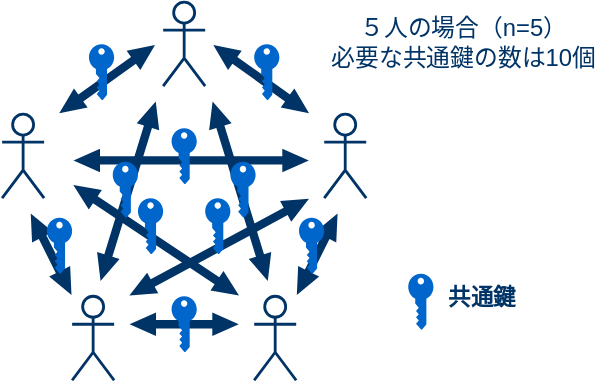
Above: img/3-share-comkey.svg in akakou-doc/pubkey-crypto (draw.io), before the change. Source tidied: cells renumbered, new cells last; positions are measured from the earlier drawing's top-left corner, leaving out a move shared by most shapes. The source it was exported from:
```xml
<mxGraphModel>
  <root>
    <mxCell id="0" />
    <mxCell id="1" parent="0" />
    <mxCell id="2" style="shape=umlActor;verticalLabelPosition=bottom;labelBackgroundColor=#ffffff;verticalAlign=top;html=1;strokeColor=#003366;strokeWidth=2;" parent="1" vertex="1">
      <mxGeometry y="80" width="30" height="60" as="geometry" />
    </mxCell>
    <mxCell id="3" style="shape=umlActor;verticalLabelPosition=bottom;labelBackgroundColor=#ffffff;verticalAlign=top;html=1;strokeColor=#003366;strokeWidth=2;" parent="1" vertex="1">
      <mxGeometry x="230" y="80" width="30" height="60" as="geometry" />
    </mxCell>
    <mxCell id="4" style="shape=umlActor;verticalLabelPosition=bottom;labelBackgroundColor=#ffffff;verticalAlign=top;html=1;strokeColor=#003366;strokeWidth=2;" parent="1" vertex="1">
      <mxGeometry x="115" width="30" height="60" as="geometry" />
    </mxCell>
    <mxCell id="5" style="edgeStyle=orthogonalEdgeStyle;rounded=0;orthogonalLoop=1;jettySize=auto;html=1;shadow=0;targetPerimeterSpacing=0;strokeWidth=2;comic=0;jumpStyle=none;shape=flexArrow;width=5;endSize=5.636363636363636;endWidth=8.783126014061654;strokeColor=none;fillColor=#003366;startArrow=block;startWidth=8.783126014061654;startSize=5.636363636363636;" parent="1" edge="1">
      <mxGeometry relative="1" as="geometry">
        <mxPoint x="90" y="230" as="sourcePoint" />
        <mxPoint x="170" y="230" as="targetPoint" />
      </mxGeometry>
    </mxCell>
    <mxCell id="6" style="shape=umlActor;verticalLabelPosition=bottom;labelBackgroundColor=#ffffff;verticalAlign=top;html=1;outlineConnect=0;strokeColor=#003366;strokeWidth=2;" parent="1" vertex="1">
      <mxGeometry x="50" y="210" width="30" height="60" as="geometry" />
    </mxCell>
    <mxCell id="7" style="shape=umlActor;verticalLabelPosition=bottom;labelBackgroundColor=#ffffff;verticalAlign=top;html=1;strokeColor=#003366;strokeWidth=2;" parent="1" vertex="1">
      <mxGeometry x="180" y="210" width="30" height="60" as="geometry" />
    </mxCell>
    <mxCell id="8" style="rounded=0;orthogonalLoop=1;jettySize=auto;html=1;shadow=0;targetPerimeterSpacing=0;strokeWidth=2;comic=0;jumpStyle=none;shape=flexArrow;width=5;endSize=5.636363636363636;endWidth=8.783126014061654;strokeColor=none;fillColor=#003366;startArrow=block;startWidth=8.783126014061654;startSize=5.636363636363636;" parent="1" edge="1">
      <mxGeometry relative="1" as="geometry">
        <mxPoint x="40" y="80" as="sourcePoint" />
        <mxPoint x="110" y="30" as="targetPoint" />
      </mxGeometry>
    </mxCell>
    <mxCell id="9" style="rounded=0;orthogonalLoop=1;jettySize=auto;html=1;shadow=0;targetPerimeterSpacing=0;strokeWidth=2;comic=0;jumpStyle=none;shape=flexArrow;width=5;endSize=5.636363636363636;endWidth=8.783126014061654;strokeColor=none;fillColor=#003366;startArrow=block;startWidth=8.783126014061654;startSize=5.636363636363636;" parent="1" edge="1">
      <mxGeometry relative="1" as="geometry">
        <mxPoint x="210" y="210" as="sourcePoint" />
        <mxPoint x="240" y="150" as="targetPoint" />
      </mxGeometry>
    </mxCell>
    <mxCell id="10" style="rounded=0;jettySize=auto;html=1;shadow=0;targetPerimeterSpacing=0;strokeWidth=2;comic=0;jumpStyle=none;shape=flexArrow;width=5;endSize=5.636363636363636;endWidth=8.783126014061654;strokeColor=none;fillColor=#003366;startArrow=block;startWidth=8.783126014061654;startSize=5.636363636363636;" parent="1" edge="1" source="6">
      <mxGeometry relative="1" as="geometry">
        <mxPoint x="20" y="150" as="targetPoint" />
      </mxGeometry>
    </mxCell>
    <mxCell id="11" style="rounded=0;orthogonalLoop=1;jettySize=auto;html=1;shadow=0;targetPerimeterSpacing=0;strokeWidth=2;comic=0;jumpStyle=none;shape=flexArrow;width=5;endSize=5.636363636363636;endWidth=8.783126014061654;strokeColor=none;fillColor=#003366;startArrow=block;startWidth=8.783126014061654;startSize=5.636363636363636;" parent="1" edge="1">
      <mxGeometry relative="1" as="geometry">
        <mxPoint x="150" y="30" as="sourcePoint" />
        <mxPoint x="220" y="80" as="targetPoint" />
      </mxGeometry>
    </mxCell>
    <mxCell id="12" style="rounded=0;orthogonalLoop=1;jettySize=auto;html=1;shadow=0;targetPerimeterSpacing=0;strokeWidth=2;comic=0;jumpStyle=none;shape=flexArrow;width=5;endSize=5.636363636363636;endWidth=8.783126014061654;strokeColor=none;fillColor=#003366;startArrow=block;startWidth=8.783126014061654;startSize=5.636363636363636;" parent="1" edge="1">
      <mxGeometry relative="1" as="geometry">
        <mxPoint x="150" y="70" as="sourcePoint" />
        <mxPoint x="190" y="200" as="targetPoint" />
      </mxGeometry>
    </mxCell>
    <mxCell id="13" style="rounded=0;orthogonalLoop=1;jettySize=auto;html=1;shadow=0;targetPerimeterSpacing=0;strokeWidth=2;comic=0;jumpStyle=none;shape=flexArrow;width=5;endSize=5.636363636363636;endWidth=8.783126014061654;strokeColor=none;fillColor=#003366;startArrow=block;startWidth=8.783126014061654;startSize=5.636363636363636;" parent="1" edge="1">
      <mxGeometry relative="1" as="geometry">
        <mxPoint x="110" y="70" as="sourcePoint" />
        <mxPoint x="70" y="200" as="targetPoint" />
      </mxGeometry>
    </mxCell>
    <mxCell id="14" style="rounded=0;orthogonalLoop=1;jettySize=auto;html=1;shadow=0;targetPerimeterSpacing=0;strokeWidth=2;comic=0;jumpStyle=none;shape=flexArrow;width=5;endSize=5.636363636363636;endWidth=8.783126014061654;strokeColor=none;fillColor=#003366;startArrow=block;startWidth=8.783126014061654;startSize=5.636363636363636;" parent="1" edge="1">
      <mxGeometry relative="1" as="geometry">
        <mxPoint x="50" y="130" as="sourcePoint" />
        <mxPoint x="170" y="210" as="targetPoint" />
      </mxGeometry>
    </mxCell>
    <mxCell id="15" style="rounded=0;orthogonalLoop=1;jettySize=auto;html=1;shadow=0;targetPerimeterSpacing=0;strokeWidth=2;comic=0;jumpStyle=none;shape=flexArrow;width=5;endSize=5.636363636363636;endWidth=8.783126014061654;strokeColor=none;fillColor=#003366;startArrow=block;startWidth=8.783126014061654;startSize=5.636363636363636;" parent="1" edge="1">
      <mxGeometry relative="1" as="geometry">
        <mxPoint x="50" y="113" as="sourcePoint" />
        <mxPoint x="220" y="113" as="targetPoint" />
      </mxGeometry>
    </mxCell>
    <mxCell id="16" style="rounded=0;orthogonalLoop=1;jettySize=auto;html=1;shadow=0;targetPerimeterSpacing=0;strokeWidth=2;comic=0;jumpStyle=none;shape=flexArrow;width=5;endSize=5.636363636363636;endWidth=8.783126014061654;strokeColor=none;fillColor=#003366;startArrow=block;startWidth=8.783126014061654;startSize=5.636363636363636;" parent="1" edge="1">
      <mxGeometry relative="1" as="geometry">
        <mxPoint x="90" y="210" as="sourcePoint" />
        <mxPoint x="220" y="140" as="targetPoint" />
      </mxGeometry>
    </mxCell>
    <mxCell id="17" style="verticalLabelPosition=bottom;html=1;verticalAlign=top;align=center;shape=mxgraph.cisco19.key;fillColor=#0066CC;strokeColor=#FFFFFF;direction=south;strokeWidth=15;" parent="1" vertex="1">
      <mxGeometry x="62" y="30" width="18" height="40" as="geometry" />
    </mxCell>
    <mxCell id="18" style="verticalLabelPosition=bottom;html=1;verticalAlign=top;align=center;shape=mxgraph.cisco19.key;fillColor=#0066CC;strokeColor=#FFFFFF;direction=south;strokeWidth=15;" parent="1" vertex="1">
      <mxGeometry x="32" y="154" width="18" height="40" as="geometry" />
    </mxCell>
    <mxCell id="19" style="verticalLabelPosition=bottom;html=1;verticalAlign=top;align=center;shape=mxgraph.cisco19.key;fillColor=#0066CC;strokeColor=#FFFFFF;direction=south;strokeWidth=15;" parent="1" vertex="1">
      <mxGeometry x="121" y="210" width="18" height="40" as="geometry" />
    </mxCell>
    <mxCell id="20" style="verticalLabelPosition=bottom;html=1;verticalAlign=top;align=center;shape=mxgraph.cisco19.key;fillColor=#0066CC;strokeColor=#FFFFFF;direction=south;strokeWidth=15;" parent="1" vertex="1">
      <mxGeometry x="97" y="140" width="18" height="40" as="geometry" />
    </mxCell>
    <mxCell id="21" style="verticalLabelPosition=bottom;html=1;verticalAlign=top;align=center;shape=mxgraph.cisco19.key;fillColor=#0066CC;strokeColor=#FFFFFF;direction=south;strokeWidth=15;" parent="1" vertex="1">
      <mxGeometry x="79" y="114" width="18" height="40" as="geometry" />
    </mxCell>
    <mxCell id="22" style="verticalLabelPosition=bottom;html=1;verticalAlign=top;align=center;shape=mxgraph.cisco19.key;fillColor=#0066CC;strokeColor=#FFFFFF;direction=south;strokeWidth=15;" parent="1" vertex="1">
      <mxGeometry x="121" y="90" width="18" height="40" as="geometry" />
    </mxCell>
    <mxCell id="23" style="verticalLabelPosition=bottom;html=1;verticalAlign=top;align=center;shape=mxgraph.cisco19.key;fillColor=#0066CC;strokeColor=#FFFFFF;direction=south;strokeWidth=15;" parent="1" vertex="1">
      <mxGeometry x="180" y="30" width="18" height="40" as="geometry" />
    </mxCell>
    <mxCell id="24" style="verticalLabelPosition=bottom;html=1;verticalAlign=top;align=center;shape=mxgraph.cisco19.key;fillColor=#0066CC;strokeColor=#FFFFFF;direction=south;strokeWidth=15;" parent="1" vertex="1">
      <mxGeometry x="145" y="140" width="18" height="40" as="geometry" />
    </mxCell>
    <mxCell id="25" style="verticalLabelPosition=bottom;html=1;verticalAlign=top;align=center;shape=mxgraph.cisco19.key;fillColor=#0066CC;strokeColor=#FFFFFF;direction=south;strokeWidth=15;" parent="1" vertex="1">
      <mxGeometry x="163" y="114" width="18" height="40" as="geometry" />
    </mxCell>
    <mxCell id="26" style="verticalLabelPosition=bottom;html=1;verticalAlign=top;align=center;shape=mxgraph.cisco19.key;fillColor=#0066CC;strokeColor=#FFFFFF;direction=south;strokeWidth=15;" parent="1" vertex="1">
      <mxGeometry x="212" y="154" width="18" height="40" as="geometry" />
    </mxCell>
    <mxCell id="27" style="verticalLabelPosition=bottom;html=1;verticalAlign=top;align=center;shape=mxgraph.cisco19.key;fillColor=#0066CC;strokeColor=#FFFFFF;direction=south;strokeWidth=15;" parent="1" vertex="1">
      <mxGeometry x="290" y="194" width="18" height="40" as="geometry" />
    </mxCell>
    <mxCell id="28" value="&lt;font color=&quot;#003366&quot;&gt;&lt;span style=&quot;font-size: 16px&quot;&gt;&lt;b&gt;共通鍵&lt;/b&gt;&lt;/span&gt;&lt;/font&gt;" style="text;html=1;strokeColor=none;fillColor=none;align=center;verticalAlign=middle;whiteSpace=wrap;rounded=0;dashed=1;" parent="1" vertex="1">
      <mxGeometry x="308" y="194" width="70" height="34" as="geometry" />
    </mxCell>
    <mxCell id="29" value="&lt;font color=&quot;#003366&quot;&gt;&lt;span style=&quot;font-size: 17px&quot;&gt;５人の場合（n=5）&lt;br&gt;必要な共通鍵の数は10個&lt;br&gt;&lt;/span&gt;&lt;/font&gt;" style="text;html=1;strokeColor=none;fillColor=none;align=center;verticalAlign=middle;whiteSpace=wrap;rounded=0;dashed=1;" parent="1" vertex="1">
      <mxGeometry x="230" y="13" width="200" height="34" as="geometry" />
    </mxCell>
  </root>
</mxGraphModel>
```
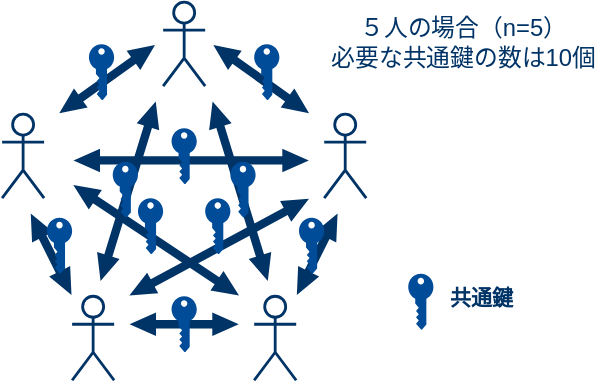
After the change.

Commit message:
鍵の色を変更

Change to the diagram source:
```diff
@@ -76,40 +76,40 @@
         <mxPoint x="220" y="140" as="targetPoint" />
       </mxGeometry>
     </mxCell>
-    <mxCell id="17" style="verticalLabelPosition=bottom;html=1;verticalAlign=top;align=center;shape=mxgraph.cisco19.key;fillColor=#0066CC;strokeColor=#FFFFFF;direction=south;strokeWidth=15;" parent="1" vertex="1">
+    <mxCell id="17" style="verticalLabelPosition=bottom;html=1;verticalAlign=top;align=center;shape=mxgraph.cisco19.key;fillColor=#004C99;strokeColor=#FFFFFF;direction=south;strokeWidth=15;" parent="1" vertex="1">
       <mxGeometry x="62" y="30" width="18" height="40" as="geometry" />
     </mxCell>
-    <mxCell id="18" style="verticalLabelPosition=bottom;html=1;verticalAlign=top;align=center;shape=mxgraph.cisco19.key;fillColor=#0066CC;strokeColor=#FFFFFF;direction=south;strokeWidth=15;" parent="1" vertex="1">
+    <mxCell id="18" style="verticalLabelPosition=bottom;html=1;verticalAlign=top;align=center;shape=mxgraph.cisco19.key;fillColor=#004C99;strokeColor=#FFFFFF;direction=south;strokeWidth=15;" parent="1" vertex="1">
       <mxGeometry x="32" y="154" width="18" height="40" as="geometry" />
     </mxCell>
-    <mxCell id="19" style="verticalLabelPosition=bottom;html=1;verticalAlign=top;align=center;shape=mxgraph.cisco19.key;fillColor=#0066CC;strokeColor=#FFFFFF;direction=south;strokeWidth=15;" parent="1" vertex="1">
+    <mxCell id="19" style="verticalLabelPosition=bottom;html=1;verticalAlign=top;align=center;shape=mxgraph.cisco19.key;fillColor=#004C99;strokeColor=#FFFFFF;direction=south;strokeWidth=15;" parent="1" vertex="1">
       <mxGeometry x="121" y="210" width="18" height="40" as="geometry" />
     </mxCell>
-    <mxCell id="20" style="verticalLabelPosition=bottom;html=1;verticalAlign=top;align=center;shape=mxgraph.cisco19.key;fillColor=#0066CC;strokeColor=#FFFFFF;direction=south;strokeWidth=15;" parent="1" vertex="1">
+    <mxCell id="20" style="verticalLabelPosition=bottom;html=1;verticalAlign=top;align=center;shape=mxgraph.cisco19.key;fillColor=#004C99;strokeColor=#FFFFFF;direction=south;strokeWidth=15;" parent="1" vertex="1">
       <mxGeometry x="97" y="140" width="18" height="40" as="geometry" />
     </mxCell>
-    <mxCell id="21" style="verticalLabelPosition=bottom;html=1;verticalAlign=top;align=center;shape=mxgraph.cisco19.key;fillColor=#0066CC;strokeColor=#FFFFFF;direction=south;strokeWidth=15;" parent="1" vertex="1">
+    <mxCell id="21" style="verticalLabelPosition=bottom;html=1;verticalAlign=top;align=center;shape=mxgraph.cisco19.key;fillColor=#004C99;strokeColor=#FFFFFF;direction=south;strokeWidth=15;" parent="1" vertex="1">
       <mxGeometry x="79" y="114" width="18" height="40" as="geometry" />
     </mxCell>
-    <mxCell id="22" style="verticalLabelPosition=bottom;html=1;verticalAlign=top;align=center;shape=mxgraph.cisco19.key;fillColor=#0066CC;strokeColor=#FFFFFF;direction=south;strokeWidth=15;" parent="1" vertex="1">
+    <mxCell id="22" style="verticalLabelPosition=bottom;html=1;verticalAlign=top;align=center;shape=mxgraph.cisco19.key;fillColor=#004C99;strokeColor=#FFFFFF;direction=south;strokeWidth=15;" parent="1" vertex="1">
       <mxGeometry x="121" y="90" width="18" height="40" as="geometry" />
     </mxCell>
-    <mxCell id="23" style="verticalLabelPosition=bottom;html=1;verticalAlign=top;align=center;shape=mxgraph.cisco19.key;fillColor=#0066CC;strokeColor=#FFFFFF;direction=south;strokeWidth=15;" parent="1" vertex="1">
+    <mxCell id="23" style="verticalLabelPosition=bottom;html=1;verticalAlign=top;align=center;shape=mxgraph.cisco19.key;fillColor=#004C99;strokeColor=#FFFFFF;direction=south;strokeWidth=15;" parent="1" vertex="1">
       <mxGeometry x="180" y="30" width="18" height="40" as="geometry" />
     </mxCell>
-    <mxCell id="24" style="verticalLabelPosition=bottom;html=1;verticalAlign=top;align=center;shape=mxgraph.cisco19.key;fillColor=#0066CC;strokeColor=#FFFFFF;direction=south;strokeWidth=15;" parent="1" vertex="1">
+    <mxCell id="24" style="verticalLabelPosition=bottom;html=1;verticalAlign=top;align=center;shape=mxgraph.cisco19.key;fillColor=#004C99;strokeColor=#FFFFFF;direction=south;strokeWidth=15;" parent="1" vertex="1">
       <mxGeometry x="145" y="140" width="18" height="40" as="geometry" />
     </mxCell>
-    <mxCell id="25" style="verticalLabelPosition=bottom;html=1;verticalAlign=top;align=center;shape=mxgraph.cisco19.key;fillColor=#0066CC;strokeColor=#FFFFFF;direction=south;strokeWidth=15;" parent="1" vertex="1">
+    <mxCell id="25" style="verticalLabelPosition=bottom;html=1;verticalAlign=top;align=center;shape=mxgraph.cisco19.key;fillColor=#004C99;strokeColor=#FFFFFF;direction=south;strokeWidth=15;" parent="1" vertex="1">
       <mxGeometry x="163" y="114" width="18" height="40" as="geometry" />
     </mxCell>
-    <mxCell id="26" style="verticalLabelPosition=bottom;html=1;verticalAlign=top;align=center;shape=mxgraph.cisco19.key;fillColor=#0066CC;strokeColor=#FFFFFF;direction=south;strokeWidth=15;" parent="1" vertex="1">
+    <mxCell id="26" style="verticalLabelPosition=bottom;html=1;verticalAlign=top;align=center;shape=mxgraph.cisco19.key;fillColor=#004C99;strokeColor=#FFFFFF;direction=south;strokeWidth=15;" parent="1" vertex="1">
       <mxGeometry x="212" y="154" width="18" height="40" as="geometry" />
     </mxCell>
-    <mxCell id="27" style="verticalLabelPosition=bottom;html=1;verticalAlign=top;align=center;shape=mxgraph.cisco19.key;fillColor=#0066CC;strokeColor=#FFFFFF;direction=south;strokeWidth=15;" parent="1" vertex="1">
+    <mxCell id="27" style="verticalLabelPosition=bottom;html=1;verticalAlign=top;align=center;shape=mxgraph.cisco19.key;fillColor=#004C99;strokeColor=#FFFFFF;direction=south;strokeWidth=15;" parent="1" vertex="1">
       <mxGeometry x="290" y="194" width="18" height="40" as="geometry" />
     </mxCell>
-    <mxCell id="28" value="&lt;font color=&quot;#003366&quot;&gt;&lt;span style=&quot;font-size: 16px&quot;&gt;&lt;b&gt;共通鍵&lt;/b&gt;&lt;/span&gt;&lt;/font&gt;" style="text;html=1;strokeColor=none;fillColor=none;align=center;verticalAlign=middle;whiteSpace=wrap;rounded=0;dashed=1;" parent="1" vertex="1">
+    <mxCell id="28" value="&lt;font color=&quot;#003366&quot; size=&quot;1&quot;&gt;&lt;b style=&quot;font-size: 15px&quot;&gt;共通鍵&lt;/b&gt;&lt;/font&gt;" style="text;html=1;strokeColor=none;fillColor=none;align=center;verticalAlign=middle;whiteSpace=wrap;rounded=0;dashed=1;" parent="1" vertex="1">
       <mxGeometry x="308" y="194" width="70" height="34" as="geometry" />
     </mxCell>
     <mxCell id="29" value="&lt;font color=&quot;#003366&quot;&gt;&lt;span style=&quot;font-size: 17px&quot;&gt;５人の場合（n=5）&lt;br&gt;必要な共通鍵の数は10個&lt;br&gt;&lt;/span&gt;&lt;/font&gt;" style="text;html=1;strokeColor=none;fillColor=none;align=center;verticalAlign=middle;whiteSpace=wrap;rounded=0;dashed=1;" parent="1" vertex="1">
```
